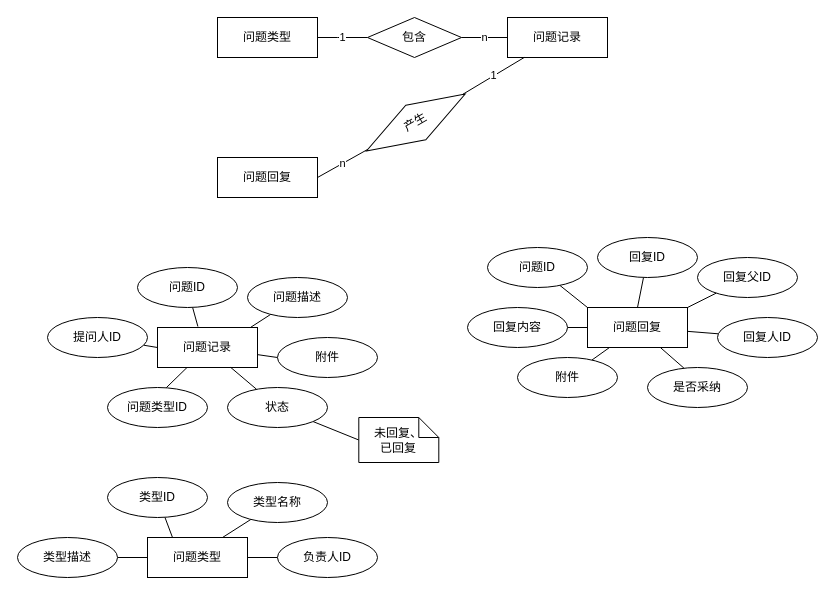
This is page "问题服务" (5 of 5) of 毕设管理系统/ER模型图.drawio from FdfGithub/drawio, a draw.io file, before an edit. Source tidied: cells renumbered, new cells numbered last; positions are measured from the earlier drawing's top-left corner, leaving out a move shared by most shapes. Both pictures are drawn from the tidied source at 100%, with x=0, y=0 at pixel (17, 17).
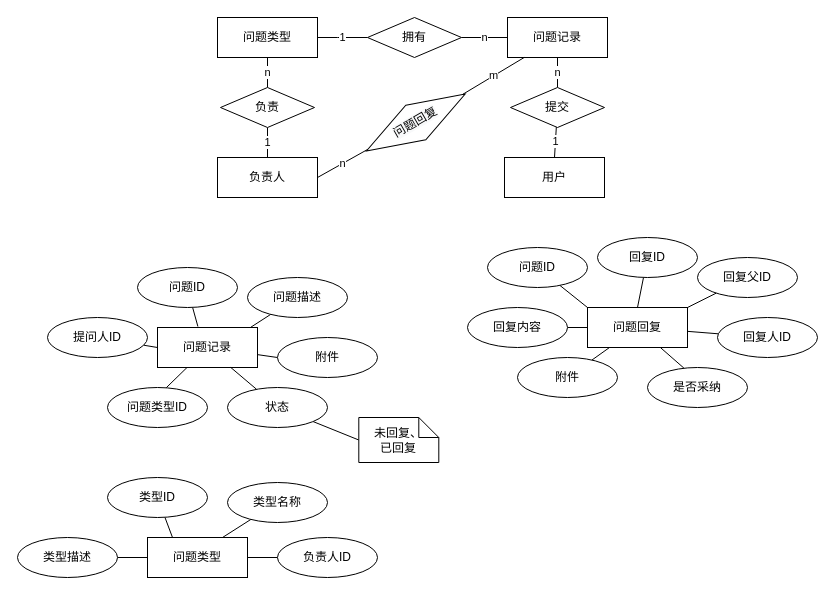
Above is the later version.

The change refers to these unchanged cells:
```xml
<mxCell id="2" value="&lt;span&gt;问题类型&lt;/span&gt;" style="whiteSpace=wrap;html=1;align=center;" parent="1" vertex="1">
  <mxGeometry x="200" width="100" height="40" as="geometry" />
</mxCell>
<mxCell id="3" value="问题记录" style="whiteSpace=wrap;html=1;align=center;" parent="1" vertex="1">
  <mxGeometry x="490" width="100" height="40" as="geometry" />
</mxCell>
```

Change to the diagram source:
```diff
@@
+    <mxCell id="50" value="n" style="edgeStyle=none;rounded=1;jumpStyle=arc;jumpSize=18;jettySize=auto;html=1;endArrow=none;endFill=0;" parent="1" edge="1" source="2">
+      <mxGeometry relative="1" as="geometry">
+        <mxPoint x="250" y="70" as="targetPoint" />
+      </mxGeometry>
+    </mxCell>
@@
+    <mxCell id="51" value="n" style="edgeStyle=none;rounded=1;jumpStyle=arc;jumpSize=18;jettySize=auto;html=1;entryX=0.5;entryY=0;entryDx=0;entryDy=0;endArrow=none;endFill=0;" parent="1" edge="1" source="3" target="56">
+      <mxGeometry relative="1" as="geometry" />
+    </mxCell>
@@
-    <mxCell id="4" value="问题回复" style="whiteSpace=wrap;html=1;align=center;" parent="1" vertex="1">
+    <mxCell id="4" value="负责人" style="whiteSpace=wrap;html=1;align=center;" parent="1" vertex="1">
       <mxGeometry x="200" y="140" width="100" height="40" as="geometry" />
     </mxCell>
@@
-    <mxCell id="41" value="包含" style="shape=rhombus;perimeter=rhombusPerimeter;whiteSpace=wrap;html=1;align=center;" parent="1" vertex="1">
+    <mxCell id="41" value="拥有" style="shape=rhombus;perimeter=rhombusPerimeter;whiteSpace=wrap;html=1;align=center;" parent="1" vertex="1">
       <mxGeometry x="350" width="94" height="40" as="geometry" />
     </mxCell>
@@
-    <mxCell id="46" value="1" style="edgeStyle=none;rounded=0;jettySize=auto;html=1;endArrow=none;endFill=0;" parent="1" edge="1" source="48" target="3">
+    <mxCell id="46" value="m" style="edgeStyle=none;rounded=0;jettySize=auto;html=1;endArrow=none;endFill=0;" parent="1" edge="1" source="48" target="3">
       <mxGeometry relative="1" as="geometry" />
     </mxCell>
@@
-    <mxCell id="48" value="产生" style="shape=rhombus;perimeter=rhombusPerimeter;whiteSpace=wrap;html=1;align=center;rotation=-30;" parent="1" vertex="1">
+    <mxCell id="48" value="&lt;span style=&quot;background-color: rgb(248 , 249 , 250)&quot;&gt;问题回复&lt;/span&gt;" style="shape=rhombus;perimeter=rhombusPerimeter;whiteSpace=wrap;html=1;align=center;rotation=-30;" parent="1" vertex="1">
       <mxGeometry x="341.3" y="85" width="114" height="40" as="geometry" />
     </mxCell>
@@
+    <mxCell id="52" value="用户" style="whiteSpace=wrap;html=1;align=center;" parent="1" vertex="1">
+      <mxGeometry x="487" y="140" width="100" height="40" as="geometry" />
+    </mxCell>
+    <mxCell id="53" value="1" style="edgeStyle=none;rounded=1;jumpStyle=arc;jumpSize=18;jettySize=auto;html=1;entryX=0.5;entryY=0;entryDx=0;entryDy=0;endArrow=none;endFill=0;" parent="1" edge="1" target="4">
+      <mxGeometry relative="1" as="geometry">
+        <mxPoint x="250" y="110" as="sourcePoint" />
+      </mxGeometry>
+    </mxCell>
+    <mxCell id="54" value="负责" style="shape=rhombus;perimeter=rhombusPerimeter;whiteSpace=wrap;html=1;align=center;" parent="1" vertex="1">
+      <mxGeometry x="203" y="70" width="94" height="40" as="geometry" />
+    </mxCell>
+    <mxCell id="55" value="1" style="edgeStyle=none;rounded=1;jumpStyle=arc;jumpSize=18;jettySize=auto;html=1;entryX=0.5;entryY=0;entryDx=0;entryDy=0;endArrow=none;endFill=0;" parent="1" edge="1" source="56" target="52">
+      <mxGeometry relative="1" as="geometry" />
+    </mxCell>
+    <mxCell id="56" value="提交" style="shape=rhombus;perimeter=rhombusPerimeter;whiteSpace=wrap;html=1;align=center;" parent="1" vertex="1">
+      <mxGeometry x="493" y="70" width="94" height="40" as="geometry" />
+    </mxCell>
```
